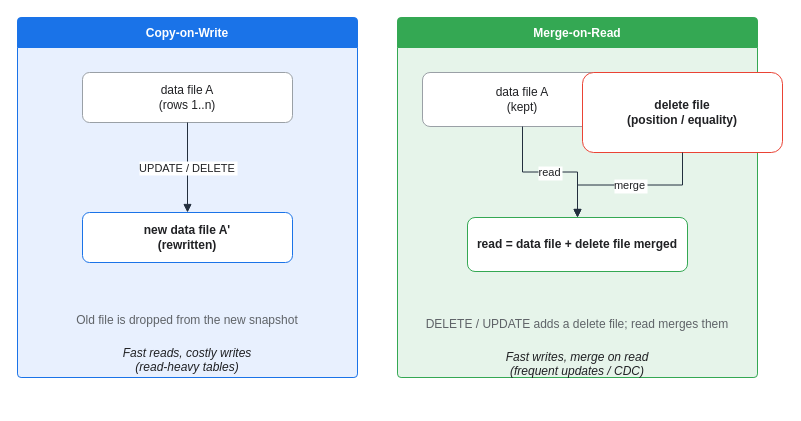
Earlier version of the draw.io diagram assets/img/aws/analytics-stack-11-iceberg-cow-vs-mor.drawio (KKamJi98/kkamji98.github.io). Source tidied: cells renumbered, new cells numbered last; positions are measured from the earlier drawing's top-left corner, leaving out a move shared by most shapes. Both pictures are drawn from the tidied source at 100%, with x=0, y=0 at pixel (17, 17).
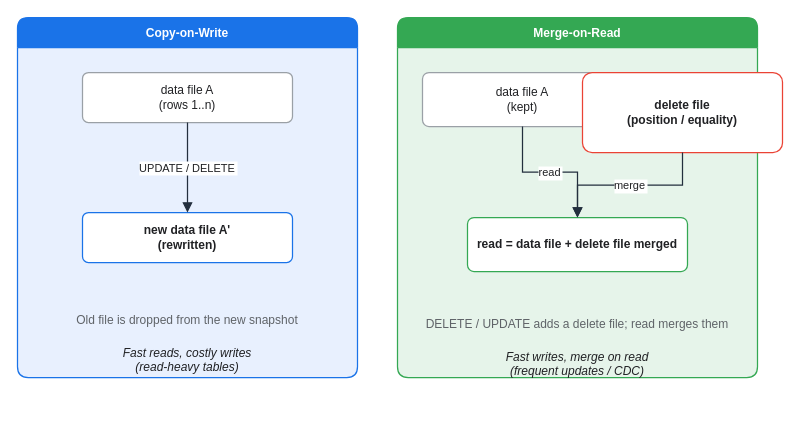
The same diagram, later.

What changed in the source:
```diff
@@
-<mxGraphModel>
+<mxGraphModel background="#FFFFFF">
   <root>
     <mxCell id="0" />
     <mxCell id="1" parent="0" />
-    <mxCell id="2" value="Copy-on-Write" style="swimlane;rounded=1;arcSize=4;html=0;startSize=30;fillColor=#1A73E8;fontColor=#FFFFFF;swimlaneFillColor=#E8F0FE;strokeColor=#1A73E8;fontStyle=1;shadow=0;" parent="1" vertex="1">
+    <mxCell id="2" value="Copy-on-Write" style="swimlane;rounded=1;arcSize=12;html=0;startSize=30;fillColor=#1A73E8;fontColor=#FFFFFF;swimlaneFillColor=#E8F0FE;strokeColor=#1A73E8;fontStyle=1;shadow=0;strokeWidth=1.25;" parent="1" vertex="1">
       <mxGeometry width="340" height="360" as="geometry" />
     </mxCell>
-    <mxCell id="3" value="data file A&#10;(rows 1..n)" style="rounded=1;whiteSpace=wrap;html=0;arcSize=14;shadow=0;fillColor=#FFFFFF;strokeColor=#9AA0A6;fontColor=#202124;" parent="2" vertex="1">
+    <mxCell id="3" value="data file A&#10;(rows 1..n)" style="rounded=1;whiteSpace=wrap;html=0;arcSize=12;shadow=0;fillColor=#FFFFFF;strokeColor=#9AA0A6;fontColor=#202124;strokeWidth=1.25;" parent="2" vertex="1">
       <mxGeometry x="65" y="55" width="210" height="50" as="geometry" />
     </mxCell>
-    <mxCell id="4" value="new data file A'&#10;(rewritten)" style="rounded=1;whiteSpace=wrap;html=0;arcSize=14;shadow=0;fillColor=#FFFFFF;strokeColor=#1A73E8;fontColor=#202124;fontStyle=1;" parent="2" vertex="1">
+    <mxCell id="4" value="new data file A'&#10;(rewritten)" style="rounded=1;whiteSpace=wrap;html=0;arcSize=12;shadow=0;fillColor=#FFFFFF;strokeColor=#1A73E8;fontColor=#202124;fontStyle=1;strokeWidth=1.25;" parent="2" vertex="1">
       <mxGeometry x="65" y="195" width="210" height="50" as="geometry" />
     </mxCell>
     <mxCell id="5" value="Old file is dropped from the new snapshot" style="text;html=0;align=center;verticalAlign=middle;fontColor=#5F6368;" parent="2" vertex="1">
       <mxGeometry x="40" y="262" width="260" height="80" as="geometry" />
     </mxCell>
     <mxCell id="6" value="Fast reads, costly writes&#10;(read-heavy tables)" style="text;html=0;align=center;verticalAlign=middle;fontColor=#202124;fontStyle=2;" parent="2" vertex="1">
       <mxGeometry x="40" y="302" width="260" height="80" as="geometry" />
     </mxCell>
-    <mxCell id="7" value="Merge-on-Read" style="swimlane;rounded=1;arcSize=4;html=0;startSize=30;fillColor=#34A853;fontColor=#FFFFFF;swimlaneFillColor=#E6F4EA;strokeColor=#34A853;fontStyle=1;shadow=0;" parent="1" vertex="1">
+    <mxCell id="7" value="Merge-on-Read" style="swimlane;rounded=1;arcSize=12;html=0;startSize=30;fillColor=#34A853;fontColor=#FFFFFF;swimlaneFillColor=#E6F4EA;strokeColor=#34A853;fontStyle=1;shadow=0;strokeWidth=1.25;" parent="1" vertex="1">
       <mxGeometry x="380" width="360" height="360" as="geometry" />
     </mxCell>
-    <mxCell id="8" value="data file A&#10;(kept)" style="rounded=1;whiteSpace=wrap;html=0;arcSize=14;shadow=0;fillColor=#FFFFFF;strokeColor=#9AA0A6;fontColor=#202124;" parent="7" vertex="1">
+    <mxCell id="8" value="data file A&#10;(kept)" style="rounded=1;whiteSpace=wrap;html=0;arcSize=12;shadow=0;fillColor=#FFFFFF;strokeColor=#9AA0A6;fontColor=#202124;strokeWidth=1.25;" parent="7" vertex="1">
       <mxGeometry x="25" y="55" width="200" height="54" as="geometry" />
     </mxCell>
-    <mxCell id="9" value="delete file&#10;(position / equality)" style="rounded=1;whiteSpace=wrap;html=0;arcSize=14;shadow=0;fillColor=#FFFFFF;strokeColor=#EA4335;fontColor=#202124;fontStyle=1;" parent="7" vertex="1">
+    <mxCell id="9" value="delete file&#10;(position / equality)" style="rounded=1;whiteSpace=wrap;html=0;arcSize=12;shadow=0;fillColor=#FFFFFF;strokeColor=#EA4335;fontColor=#202124;fontStyle=1;strokeWidth=1.25;" parent="7" vertex="1">
       <mxGeometry x="185" y="55" width="200" height="80" as="geometry" />
     </mxCell>
-    <mxCell id="10" value="read = data file + delete file merged" style="rounded=1;whiteSpace=wrap;html=0;arcSize=14;shadow=0;fillColor=#FFFFFF;strokeColor=#34A853;fontColor=#202124;fontStyle=1;" parent="7" vertex="1">
+    <mxCell id="10" value="read = data file + delete file merged" style="rounded=1;whiteSpace=wrap;html=0;arcSize=12;shadow=0;fillColor=#FFFFFF;strokeColor=#34A853;fontColor=#202124;fontStyle=1;strokeWidth=1.25;" parent="7" vertex="1">
       <mxGeometry x="70" y="200" width="220" height="54" as="geometry" />
     </mxCell>
     <mxCell id="11" value="DELETE / UPDATE adds a delete file; read merges them" style="text;html=0;align=center;verticalAlign=middle;fontColor=#5F6368;" parent="7" vertex="1">
       <mxGeometry x="40" y="266" width="280" height="80" as="geometry" />
     </mxCell>
     <mxCell id="12" value="Fast writes, merge on read&#10;(frequent updates / CDC)" style="text;html=0;align=center;verticalAlign=middle;fontColor=#202124;fontStyle=2;" parent="7" vertex="1">
       <mxGeometry x="40" y="306" width="280" height="80" as="geometry" />
     </mxCell>
-    <mxCell id="13" value="UPDATE / DELETE" style="edgeStyle=orthogonalEdgeStyle;rounded=0;html=0;endArrow=block;strokeColor=#232F3E;fontColor=#202124;labelBackgroundColor=#FFFFFF;" parent="1" edge="1" source="3" target="4">
+    <mxCell id="13" value="UPDATE / DELETE" style="edgeStyle=orthogonalEdgeStyle;rounded=0;html=0;endArrow=block;strokeColor=#232F3E;fontColor=#202124;labelBackgroundColor=#FFFFFF;strokeWidth=1.25;endSize=7;" parent="1" edge="1" source="3" target="4">
       <mxGeometry relative="1" as="geometry" />
     </mxCell>
-    <mxCell id="14" value="read" style="edgeStyle=orthogonalEdgeStyle;rounded=0;html=0;endArrow=block;strokeColor=#232F3E;fontColor=#202124;labelBackgroundColor=#FFFFFF;" parent="1" edge="1" source="8" target="10">
+    <mxCell id="14" value="read" style="edgeStyle=orthogonalEdgeStyle;rounded=0;html=0;endArrow=block;strokeColor=#232F3E;fontColor=#202124;labelBackgroundColor=#FFFFFF;strokeWidth=1.25;endSize=7;" parent="1" edge="1" source="8" target="10">
       <mxGeometry relative="1" as="geometry" />
     </mxCell>
-    <mxCell id="15" value="merge" style="edgeStyle=orthogonalEdgeStyle;rounded=0;html=0;endArrow=block;strokeColor=#232F3E;fontColor=#202124;labelBackgroundColor=#FFFFFF;" parent="1" edge="1" source="9" target="10">
+    <mxCell id="15" value="merge" style="edgeStyle=orthogonalEdgeStyle;rounded=0;html=0;endArrow=block;strokeColor=#232F3E;fontColor=#202124;labelBackgroundColor=#FFFFFF;strokeWidth=1.25;endSize=7;" parent="1" edge="1" source="9" target="10">
       <mxGeometry relative="1" as="geometry" />
     </mxCell>
   </root>
 </mxGraphModel>
```
